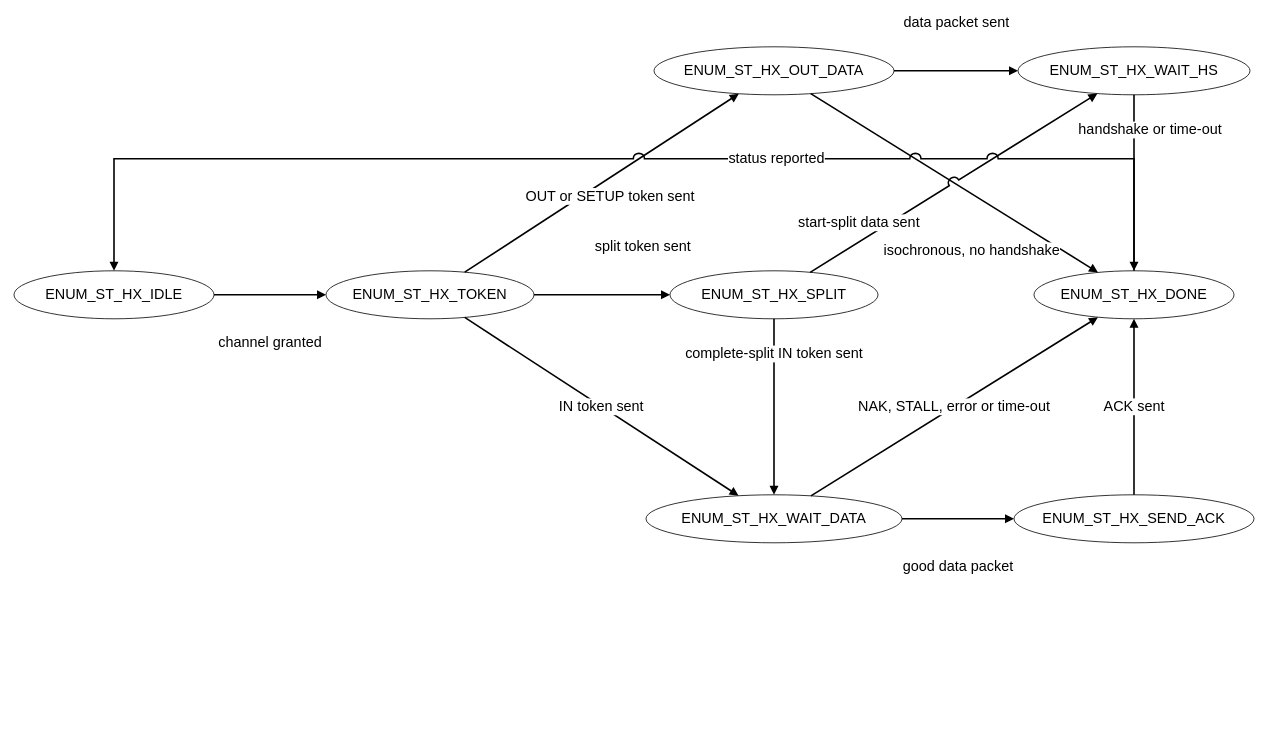
Before: 023_USB20_Controller/figures/usb2_fsm_host_xact.drawio in nguyenquanicd/VLSIT_OPEN_IP_CORE, a draw.io diagram. Source tidied: cells renumbered, new cells numbered last; positions are measured from the earlier drawing's top-left corner, leaving out a move shared by most shapes. Both pictures are drawn from the tidied source at 80%, with x=0, y=0 at pixel (14, 46).
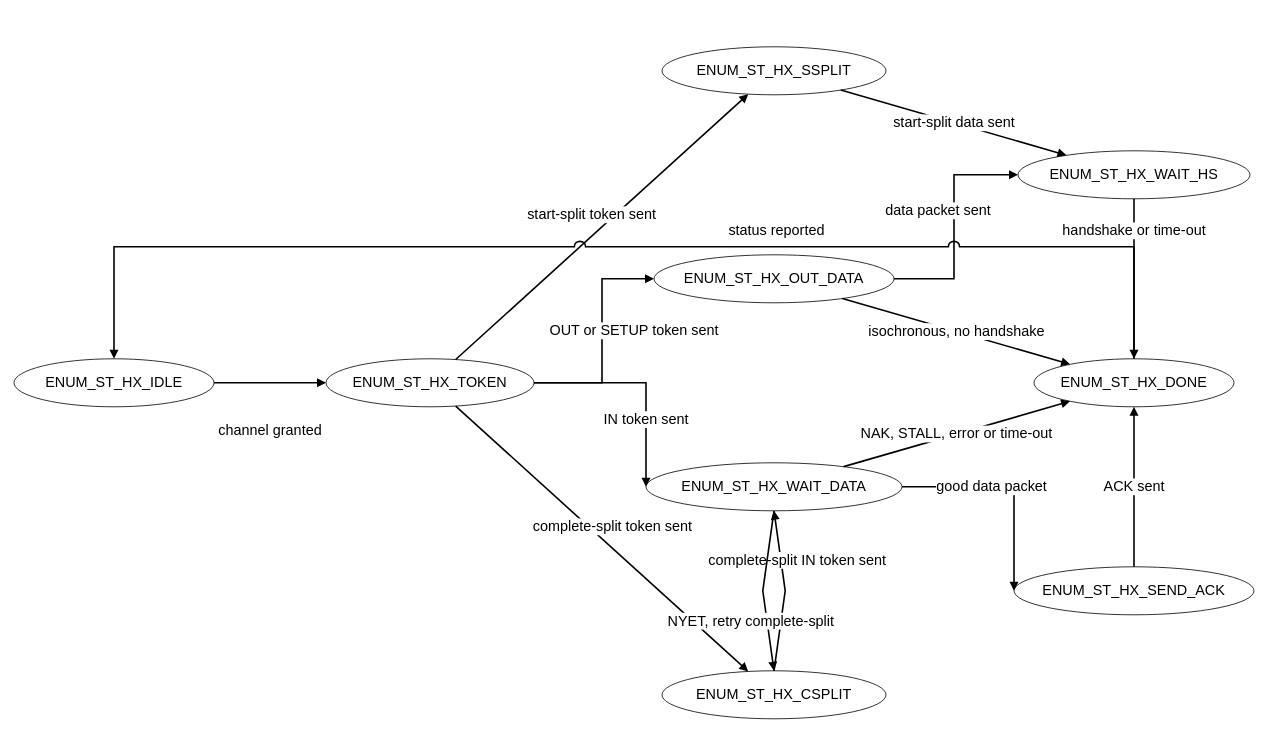
After the change.

What changed in the source:
```diff
@@
     <mxCell id="2" value="ENUM_ST_HX_IDLE" style="ellipse;whiteSpace=wrap;html=1;fontSize=18;fontColor=#000000;strokeColor=#000000;fillColor=#FFFFFF;" parent="1" vertex="1">
-      <mxGeometry y="280" width="250" height="60" as="geometry" />
+      <mxGeometry y="390" width="250" height="60" as="geometry" />
     </mxCell>
     <mxCell id="3" value="ENUM_ST_HX_TOKEN" style="ellipse;whiteSpace=wrap;html=1;fontSize=18;fontColor=#000000;strokeColor=#000000;fillColor=#FFFFFF;" parent="1" vertex="1">
-      <mxGeometry x="390" y="280" width="260" height="60" as="geometry" />
+      <mxGeometry x="390" y="390" width="260" height="60" as="geometry" />
     </mxCell>
     <mxCell id="4" value="ENUM_ST_HX_OUT_DATA" style="ellipse;whiteSpace=wrap;html=1;fontSize=18;fontColor=#000000;strokeColor=#000000;fillColor=#FFFFFF;" parent="1" vertex="1">
-      <mxGeometry x="800" width="300" height="60" as="geometry" />
+      <mxGeometry x="800" y="260" width="300" height="60" as="geometry" />
     </mxCell>
     <mxCell id="5" value="ENUM_ST_HX_WAIT_HS" style="ellipse;whiteSpace=wrap;html=1;fontSize=18;fontColor=#000000;strokeColor=#000000;fillColor=#FFFFFF;" parent="1" vertex="1">
-      <mxGeometry x="1255" width="290" height="60" as="geometry" />
+      <mxGeometry x="1255" y="130" width="290" height="60" as="geometry" />
     </mxCell>
     <mxCell id="6" value="ENUM_ST_HX_WAIT_DATA" style="ellipse;whiteSpace=wrap;html=1;fontSize=18;fontColor=#000000;strokeColor=#000000;fillColor=#FFFFFF;" parent="1" vertex="1">
-      <mxGeometry x="790" y="560" width="320" height="60" as="geometry" />
+      <mxGeometry x="790" y="520" width="320" height="60" as="geometry" />
     </mxCell>
     <mxCell id="7" value="ENUM_ST_HX_SEND_ACK" style="ellipse;whiteSpace=wrap;html=1;fontSize=18;fontColor=#000000;strokeColor=#000000;fillColor=#FFFFFF;" parent="1" vertex="1">
-      <mxGeometry x="1250" y="560" width="300" height="60" as="geometry" />
+      <mxGeometry x="1250" y="650" width="300" height="60" as="geometry" />
     </mxCell>
-    <mxCell id="8" value="ENUM_ST_HX_SPLIT" style="ellipse;whiteSpace=wrap;html=1;fontSize=18;fontColor=#000000;strokeColor=#000000;fillColor=#FFFFFF;" parent="1" vertex="1">
-      <mxGeometry x="820" y="280" width="260" height="60" as="geometry" />
+    <mxCell id="8" value="ENUM_ST_HX_SSPLIT" style="ellipse;whiteSpace=wrap;html=1;fontSize=18;fontColor=#000000;strokeColor=#000000;fillColor=#FFFFFF;" parent="1" vertex="1">
+      <mxGeometry x="810" width="280" height="60" as="geometry" />
     </mxCell>
-    <mxCell id="9" value="ENUM_ST_HX_DONE" style="ellipse;whiteSpace=wrap;html=1;fontSize=18;fontColor=#000000;strokeColor=#000000;fillColor=#FFFFFF;" parent="1" vertex="1">
-      <mxGeometry x="1275" y="280" width="250" height="60" as="geometry" />
+    <mxCell id="9" value="ENUM_ST_HX_CSPLIT" style="ellipse;whiteSpace=wrap;html=1;fontSize=18;fontColor=#000000;strokeColor=#000000;fillColor=#FFFFFF;" parent="1" vertex="1">
+      <mxGeometry x="810" y="780" width="280" height="60" as="geometry" />
     </mxCell>
+    <mxCell id="23" value="ENUM_ST_HX_DONE" style="ellipse;whiteSpace=wrap;html=1;fontSize=18;fontColor=#000000;strokeColor=#000000;fillColor=#FFFFFF;" parent="1" vertex="1">
+      <mxGeometry x="1275" y="390" width="250" height="60" as="geometry" />
+    </mxCell>
     <mxCell id="10" value="channel granted" style="endArrow=block;html=1;rounded=0;fontSize=18;strokeWidth=2;endFill=1;fontColor=#000000;strokeColor=#000000;fillColor=#FFFFFF;jumpStyle=arc;jumpSize=12;labelBackgroundColor=#FFFFFF;" parent="1" edge="1">
       <mxGeometry relative="1" as="geometry">
-        <mxPoint x="250" y="310" as="sourcePoint" />
-        <mxPoint x="390" y="310" as="targetPoint" />
+        <mxPoint x="250" y="420" as="sourcePoint" />
+        <mxPoint x="390" y="420" as="targetPoint" />
         <mxPoint y="60" as="offset" />
       </mxGeometry>
     </mxCell>
     <mxCell id="11" value="OUT or SETUP token sent" style="endArrow=block;html=1;rounded=0;fontSize=18;strokeWidth=2;endFill=1;fontColor=#000000;strokeColor=#000000;fillColor=#FFFFFF;jumpStyle=arc;jumpSize=12;labelBackgroundColor=#FFFFFF;" parent="1" edge="1">
       <mxGeometry relative="1" as="geometry">
-        <mxPoint x="563.4" y="281.7" as="sourcePoint" />
-        <mxPoint x="906" y="58.7" as="targetPoint" />
-        <mxPoint x="10.9" y="16.8" as="offset" />
+        <mxPoint x="650" y="420" as="sourcePoint" />
+        <mxPoint x="800" y="290" as="targetPoint" />
+        <Array as="points">
+          <mxPoint x="735" y="420" />
+          <mxPoint x="735" y="290" />
+        </Array>
+        <mxPoint x="40" y="-10" as="offset" />
       </mxGeometry>
     </mxCell>
     <mxCell id="12" value="IN token sent" style="endArrow=block;html=1;rounded=0;fontSize=18;strokeWidth=2;endFill=1;fontColor=#000000;strokeColor=#000000;fillColor=#FFFFFF;jumpStyle=arc;jumpSize=12;labelBackgroundColor=#FFFFFF;" parent="1" edge="1">
       <mxGeometry relative="1" as="geometry">
-        <mxPoint x="563.4" y="338.3" as="sourcePoint" />
-        <mxPoint x="905.7" y="561.2" as="targetPoint" />
+        <mxPoint x="650" y="420" as="sourcePoint" />
+        <mxPoint x="790" y="550" as="targetPoint" />
+        <Array as="points">
+          <mxPoint x="790" y="420" />
+        </Array>
+        <mxPoint x="5" y="45.5" as="offset" />
       </mxGeometry>
     </mxCell>
-    <mxCell id="13" value="split token sent" style="endArrow=block;html=1;rounded=0;fontSize=18;strokeWidth=2;endFill=1;fontColor=#000000;strokeColor=#000000;fillColor=#FFFFFF;jumpStyle=arc;jumpSize=12;labelBackgroundColor=#FFFFFF;" parent="1" edge="1">
+    <mxCell id="13" value="start-split token sent" style="endArrow=block;html=1;rounded=0;fontSize=18;strokeWidth=2;endFill=1;fontColor=#000000;strokeColor=#000000;fillColor=#FFFFFF;jumpStyle=arc;jumpSize=12;labelBackgroundColor=#FFFFFF;" parent="1" edge="1">
       <mxGeometry relative="1" as="geometry">
-        <mxPoint x="650" y="310" as="sourcePoint" />
-        <mxPoint x="820" y="310" as="targetPoint" />
-        <mxPoint x="51" y="-60" as="offset" />
+        <mxPoint x="552.1" y="390.9" as="sourcePoint" />
+        <mxPoint x="917.8" y="59.2" as="targetPoint" />
+        <mxPoint x="-13.4" y="-14.8" as="offset" />
       </mxGeometry>
     </mxCell>
-    <mxCell id="14" value="data packet sent" style="endArrow=block;html=1;rounded=0;fontSize=18;strokeWidth=2;endFill=1;fontColor=#000000;strokeColor=#000000;fillColor=#FFFFFF;jumpStyle=arc;jumpSize=12;labelBackgroundColor=#FFFFFF;" parent="1" edge="1">
+    <mxCell id="14" value="complete-split token sent" style="endArrow=block;html=1;rounded=0;fontSize=18;strokeWidth=2;endFill=1;fontColor=#000000;strokeColor=#000000;fillColor=#FFFFFF;jumpStyle=arc;jumpSize=12;labelBackgroundColor=#FFFFFF;" parent="1" edge="1">
       <mxGeometry relative="1" as="geometry">
-        <mxPoint x="1100" y="30" as="sourcePoint" />
-        <mxPoint x="1255" y="30" as="targetPoint" />
-        <mxPoint y="-60" as="offset" />
+        <mxPoint x="552.1" y="449.1" as="sourcePoint" />
+        <mxPoint x="917.8" y="780.8" as="targetPoint" />
+        <mxPoint x="13.4" y="-14.8" as="offset" />
       </mxGeometry>
     </mxCell>
-    <mxCell id="15" value="isochronous, no handshake" style="endArrow=block;html=1;rounded=0;fontSize=18;strokeWidth=2;endFill=1;fontColor=#000000;strokeColor=#000000;fillColor=#FFFFFF;jumpStyle=arc;jumpSize=12;labelBackgroundColor=#FFFFFF;" parent="1" edge="1">
+    <mxCell id="15" value="data packet sent" style="endArrow=block;html=1;rounded=0;fontSize=18;strokeWidth=2;endFill=1;fontColor=#000000;strokeColor=#000000;fillColor=#FFFFFF;jumpStyle=arc;jumpSize=12;labelBackgroundColor=#FFFFFF;" parent="1" edge="1">
       <mxGeometry relative="1" as="geometry">
-        <mxPoint x="995.9" y="58.6" as="sourcePoint" />
-        <mxPoint x="1355" y="282" as="targetPoint" />
-        <mxPoint x="22.2" y="84.5" as="offset" />
+        <mxPoint x="1100" y="290" as="sourcePoint" />
+        <mxPoint x="1255" y="160" as="targetPoint" />
+        <Array as="points">
+          <mxPoint x="1175" y="290" />
+          <mxPoint x="1175" y="160" />
+        </Array>
+        <mxPoint x="-20" y="-17" as="offset" />
       </mxGeometry>
     </mxCell>
-    <mxCell id="16" value="handshake or time-out" style="endArrow=block;html=1;rounded=0;fontSize=18;strokeWidth=2;endFill=1;fontColor=#000000;strokeColor=#000000;fillColor=#FFFFFF;jumpStyle=arc;jumpSize=12;labelBackgroundColor=#FFFFFF;" parent="1" edge="1">
+    <mxCell id="16" value="isochronous, no handshake" style="endArrow=block;html=1;rounded=0;fontSize=18;strokeWidth=2;endFill=1;fontColor=#000000;strokeColor=#000000;fillColor=#FFFFFF;jumpStyle=arc;jumpSize=12;labelBackgroundColor=#FFFFFF;" parent="1" edge="1">
       <mxGeometry relative="1" as="geometry">
-        <mxPoint x="1400" y="60" as="sourcePoint" />
-        <mxPoint x="1400" y="280" as="targetPoint" />
-        <mxPoint x="20" y="-66" as="offset" />
+        <mxPoint x="1035.4" y="314.7" as="sourcePoint" />
+        <mxPoint x="1320.1" y="396.9" as="targetPoint" />
       </mxGeometry>
     </mxCell>
-    <mxCell id="17" value="good data packet" style="endArrow=block;html=1;rounded=0;fontSize=18;strokeWidth=2;endFill=1;fontColor=#000000;strokeColor=#000000;fillColor=#FFFFFF;jumpStyle=arc;jumpSize=12;labelBackgroundColor=#FFFFFF;" parent="1" edge="1">
+    <mxCell id="17" value="handshake or time-out" style="endArrow=block;html=1;rounded=0;fontSize=18;strokeWidth=2;endFill=1;fontColor=#000000;strokeColor=#000000;fillColor=#FFFFFF;jumpStyle=arc;jumpSize=12;labelBackgroundColor=#FFFFFF;" parent="1" edge="1">
       <mxGeometry relative="1" as="geometry">
-        <mxPoint x="1110" y="590" as="sourcePoint" />
-        <mxPoint x="1250" y="590" as="targetPoint" />
-        <mxPoint y="60" as="offset" />
+        <mxPoint x="1400" y="190" as="sourcePoint" />
+        <mxPoint x="1400" y="390" as="targetPoint" />
+        <mxPoint y="-60" as="offset" />
       </mxGeometry>
     </mxCell>
-    <mxCell id="18" value="NAK, STALL, error or time-out" style="endArrow=block;html=1;rounded=0;fontSize=18;strokeWidth=2;endFill=1;fontColor=#000000;strokeColor=#000000;fillColor=#FFFFFF;jumpStyle=arc;jumpSize=12;labelBackgroundColor=#FFFFFF;" parent="1" edge="1">
+    <mxCell id="18" value="good data packet" style="endArrow=block;html=1;rounded=0;fontSize=18;strokeWidth=2;endFill=1;fontColor=#000000;strokeColor=#000000;fillColor=#FFFFFF;jumpStyle=arc;jumpSize=12;labelBackgroundColor=#FFFFFF;" parent="1" edge="1">
       <mxGeometry relative="1" as="geometry">
-        <mxPoint x="996.2" y="561.3" as="sourcePoint" />
-        <mxPoint x="1355" y="338" as="targetPoint" />
+        <mxPoint x="1110" y="550" as="sourcePoint" />
+        <mxPoint x="1250" y="680" as="targetPoint" />
+        <Array as="points">
+          <mxPoint x="1250" y="550" />
+        </Array>
+        <mxPoint x="-23" as="offset" />
       </mxGeometry>
     </mxCell>
-    <mxCell id="19" value="ACK sent" style="endArrow=block;html=1;rounded=0;fontSize=18;strokeWidth=2;endFill=1;fontColor=#000000;strokeColor=#000000;fillColor=#FFFFFF;jumpStyle=arc;jumpSize=12;labelBackgroundColor=#FFFFFF;" parent="1" edge="1">
+    <mxCell id="19" value="NAK, STALL, error or time-out" style="endArrow=block;html=1;rounded=0;fontSize=18;strokeWidth=2;endFill=1;fontColor=#000000;strokeColor=#000000;fillColor=#FFFFFF;jumpStyle=arc;jumpSize=12;labelBackgroundColor=#FFFFFF;" parent="1" edge="1">
       <mxGeometry relative="1" as="geometry">
-        <mxPoint x="1400" y="560" as="sourcePoint" />
-        <mxPoint x="1400" y="340" as="targetPoint" />
+        <mxPoint x="1037.1" y="524.8" as="sourcePoint" />
+        <mxPoint x="1320.1" y="443.1" as="targetPoint" />
       </mxGeometry>
     </mxCell>
-    <mxCell id="20" value="start-split data sent" style="endArrow=block;html=1;rounded=0;fontSize=18;strokeWidth=2;endFill=1;fontColor=#000000;strokeColor=#000000;fillColor=#FFFFFF;jumpStyle=arc;jumpSize=12;labelBackgroundColor=#FFFFFF;" parent="1" edge="1">
+    <mxCell id="20" value="ACK sent" style="endArrow=block;html=1;rounded=0;fontSize=18;strokeWidth=2;endFill=1;fontColor=#000000;strokeColor=#000000;fillColor=#FFFFFF;jumpStyle=arc;jumpSize=12;labelBackgroundColor=#FFFFFF;" parent="1" edge="1">
       <mxGeometry relative="1" as="geometry">
-        <mxPoint x="995.2" y="281.9" as="sourcePoint" />
-        <mxPoint x="1354.2" y="58.5" as="targetPoint" />
-        <mxPoint x="-118.3" y="50" as="offset" />
+        <mxPoint x="1400" y="650" as="sourcePoint" />
+        <mxPoint x="1400" y="450" as="targetPoint" />
       </mxGeometry>
     </mxCell>
-    <mxCell id="21" value="complete-split IN token sent" style="endArrow=block;html=1;rounded=0;fontSize=18;strokeWidth=2;endFill=1;fontColor=#000000;strokeColor=#000000;fillColor=#FFFFFF;jumpStyle=arc;jumpSize=12;labelBackgroundColor=#FFFFFF;" parent="1" edge="1">
+    <mxCell id="21" value="start-split data sent" style="endArrow=block;html=1;rounded=0;fontSize=18;strokeWidth=2;endFill=1;fontColor=#000000;strokeColor=#000000;fillColor=#FFFFFF;jumpStyle=arc;jumpSize=12;labelBackgroundColor=#FFFFFF;" parent="1" edge="1">
       <mxGeometry relative="1" as="geometry">
-        <mxPoint x="950" y="340" as="sourcePoint" />
-        <mxPoint x="950" y="560" as="targetPoint" />
-        <mxPoint y="-66" as="offset" />
+        <mxPoint x="1033.4" y="54.1" as="sourcePoint" />
+        <mxPoint x="1315.6" y="135.6" as="targetPoint" />
       </mxGeometry>
     </mxCell>
-    <mxCell id="22" value="status reported" style="endArrow=block;html=1;rounded=0;fontSize=18;strokeWidth=2;endFill=1;fontColor=#000000;strokeColor=#000000;fillColor=#FFFFFF;jumpStyle=arc;jumpSize=12;labelBackgroundColor=#FFFFFF;" parent="1" edge="1">
+    <mxCell id="22" value="complete-split IN token sent" style="endArrow=block;html=1;rounded=0;fontSize=18;strokeWidth=2;endFill=1;fontColor=#000000;strokeColor=#000000;fillColor=#FFFFFF;jumpStyle=arc;jumpSize=12;labelBackgroundColor=#FFFFFF;" parent="1" edge="1">
       <mxGeometry relative="1" as="geometry">
-        <mxPoint x="1400" y="280" as="sourcePoint" />
-        <mxPoint x="125" y="280" as="targetPoint" />
+        <mxPoint x="950" y="780" as="sourcePoint" />
+        <mxPoint x="950" y="580" as="targetPoint" />
         <Array as="points">
-          <mxPoint x="1400" y="140" />
-          <mxPoint x="125" y="140" />
+          <mxPoint x="964" y="680" />
         </Array>
-        <mxPoint x="191.2" as="offset" />
+        <mxPoint x="14.9" y="-37.8" as="offset" />
       </mxGeometry>
     </mxCell>
+    <mxCell id="24" value="NYET, retry complete-split" style="endArrow=block;html=1;rounded=0;fontSize=18;strokeWidth=2;endFill=1;fontColor=#000000;strokeColor=#000000;fillColor=#FFFFFF;jumpStyle=arc;jumpSize=12;labelBackgroundColor=#FFFFFF;" parent="1" edge="1">
+      <mxGeometry relative="1" as="geometry">
+        <mxPoint x="950" y="580" as="sourcePoint" />
+        <mxPoint x="950" y="780" as="targetPoint" />
+        <Array as="points">
+          <mxPoint x="936" y="680" />
+        </Array>
+        <mxPoint x="-14.9" y="37.8" as="offset" />
+      </mxGeometry>
+    </mxCell>
+    <mxCell id="25" value="status reported" style="endArrow=block;html=1;rounded=0;fontSize=18;strokeWidth=2;endFill=1;fontColor=#000000;strokeColor=#000000;fillColor=#FFFFFF;jumpStyle=arc;jumpSize=12;labelBackgroundColor=#FFFFFF;" parent="1" edge="1">
+      <mxGeometry relative="1" as="geometry">
+        <mxPoint x="1400" y="390" as="sourcePoint" />
+        <mxPoint x="125" y="390" as="targetPoint" />
+        <Array as="points">
+          <mxPoint x="1400" y="250" />
+          <mxPoint x="125" y="250" />
+        </Array>
+        <mxPoint x="191.2" y="-20" as="offset" />
+      </mxGeometry>
+    </mxCell>
```
